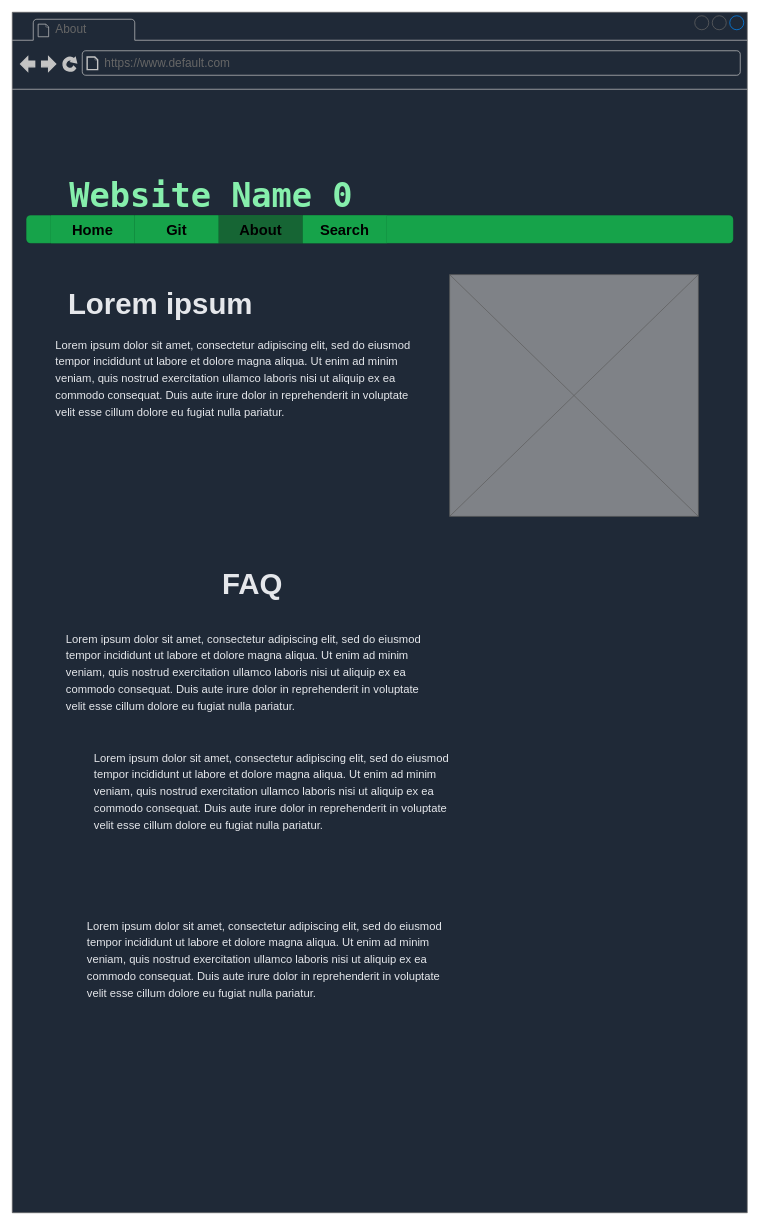
Before: page "About" (4 of 4) of docs/diagrams/mockup.drawio in Kvan7/congenial-octo-disco, a draw.io diagram. Source tidied: cells renumbered, new cells numbered last; positions are measured from the earlier drawing's top-left corner, leaving out a move shared by most shapes. Both pictures are drawn from the tidied source at 70%, with x=0, y=0 at pixel (12, 12).
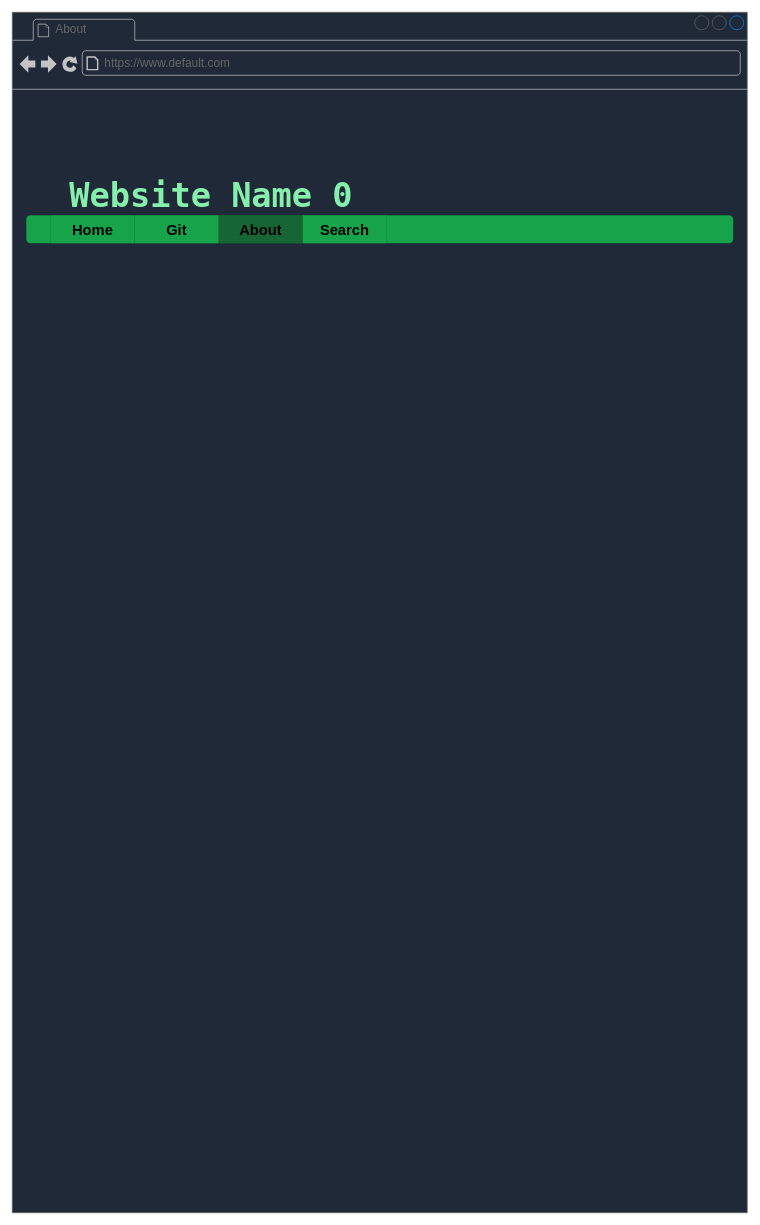
The same diagram, later.

The edit, as a diff of the source:
```diff
@@
 <mxGraphModel>
   <root>
     <mxCell id="0" />
     <mxCell id="1" parent="0" />
     <mxCell id="2" style="strokeWidth=1;shadow=0;dashed=0;align=center;html=1;shape=mxgraph.mockup.containers.browserWindow;rSize=0;strokeColor=#666666;mainText=,;rounded=0;labelBackgroundColor=none;fontFamily=Verdana;fontSize=12;fillColor=#1f2937;" parent="1" vertex="1">
       <mxGeometry width="1050" height="1715" as="geometry" />
     </mxCell>
     <mxCell id="3" value="About" style="strokeWidth=1;shadow=0;dashed=0;align=center;html=1;shape=mxgraph.mockup.containers.anchor;fontSize=17;fontColor=#666666;align=left;" parent="2" vertex="1">
       <mxGeometry x="60" y="12" width="110" height="26" as="geometry" />
     </mxCell>
     <mxCell id="4" value="https://www.default.com" style="strokeWidth=1;shadow=0;dashed=0;align=center;html=1;shape=mxgraph.mockup.containers.anchor;rSize=0;fontSize=17;fontColor=#666666;align=left;" parent="2" vertex="1">
       <mxGeometry x="130" y="60" width="250" height="26" as="geometry" />
     </mxCell>
     <mxCell id="5" value="&lt;b&gt;Website Name 0&lt;/b&gt;" style="text;html=1;align=left;verticalAlign=top;spacingTop=-4;fontSize=48;fontFamily=Lucida Console;fontColor=#86efac;" parent="2" vertex="1">
       <mxGeometry x="80" y="230" width="440" height="60" as="geometry" />
     </mxCell>
     <mxCell id="6" style="group;" parent="2" vertex="1">
       <mxGeometry x="20" y="290" width="1010" height="40" as="geometry" />
     </mxCell>
     <mxCell id="7" style="rounded=1;whiteSpace=wrap;html=1;labelBackgroundColor=none;fillStyle=solid;fontSize=21;strokeColor=default;strokeWidth=0;fillColor=#16a34a;" parent="6" vertex="1">
       <mxGeometry width="1010" height="40" as="geometry" />
     </mxCell>
     <mxCell id="8" value="Home" style="rounded=0;whiteSpace=wrap;html=1;labelBackgroundColor=none;fillStyle=solid;fontSize=21;strokeColor=default;strokeWidth=0;fillColor=#16a34a;fontColor=#000000;fontStyle=1;" parent="6" vertex="1">
       <mxGeometry x="35" width="120" height="40" as="geometry" />
     </mxCell>
     <mxCell id="9" value="Git" style="rounded=0;whiteSpace=wrap;html=1;labelBackgroundColor=none;fillStyle=solid;fontSize=21;strokeColor=default;strokeWidth=0;fillColor=#16a34a;fontColor=#000000;fontStyle=1;" parent="6" vertex="1">
       <mxGeometry x="155" width="120" height="40" as="geometry" />
     </mxCell>
     <mxCell id="10" value="About" style="rounded=0;whiteSpace=wrap;html=1;labelBackgroundColor=none;fillStyle=solid;fontSize=21;strokeColor=default;strokeWidth=0;fillColor=#166534;fontColor=#000000;fontStyle=1;" parent="6" vertex="1">
       <mxGeometry x="275" width="120" height="40" as="geometry" />
     </mxCell>
     <mxCell id="11" value="Search" style="rounded=0;whiteSpace=wrap;html=1;labelBackgroundColor=none;fillStyle=solid;fontSize=21;strokeColor=default;strokeWidth=0;fillColor=#16a34a;fontColor=#000000;fontStyle=1;" parent="6" vertex="1">
       <mxGeometry x="395" width="120" height="40" as="geometry" />
     </mxCell>
-    <mxCell id="12" style="verticalLabelPosition=bottom;shadow=0;dashed=0;align=center;html=1;verticalAlign=top;strokeWidth=1;shape=mxgraph.mockup.graphics.simpleIcon;strokeColor=#5E5E5E;rounded=0;labelBackgroundColor=none;fillStyle=solid;fontSize=21;fontColor=#000000;fillColor=#7F8287;" parent="2" vertex="1">
-      <mxGeometry x="625" y="375" width="355" height="345" as="geometry" />
-    </mxCell>
-    <mxCell id="13" value="&lt;h1&gt;Lorem ipsum&lt;/h1&gt;" style="text;html=1;strokeColor=none;fillColor=none;spacing=5;spacingTop=-20;whiteSpace=wrap;overflow=hidden;rounded=0;labelBackgroundColor=none;fillStyle=solid;fontSize=21;fontColor=#e5e7eb;" parent="2" vertex="1">
-      <mxGeometry x="75" y="375" width="385" height="80" as="geometry" />
-    </mxCell>
-    <mxCell id="14" value="&lt;span style=&quot;color: rgb(229, 231, 235); font-size: 16px;&quot;&gt;Lorem ipsum dolor sit amet, consectetur adipiscing elit, sed do eiusmod&lt;/span&gt;&lt;br style=&quot;color: rgb(229, 231, 235); font-size: 16px;&quot;&gt;&lt;span style=&quot;color: rgb(229, 231, 235); font-size: 16px;&quot;&gt;tempor incididunt ut labore et dolore magna aliqua. Ut enim ad minim&lt;/span&gt;&lt;br style=&quot;color: rgb(229, 231, 235); font-size: 16px;&quot;&gt;&lt;span style=&quot;color: rgb(229, 231, 235); font-size: 16px;&quot;&gt;veniam, quis nostrud exercitation ullamco laboris nisi ut aliquip ex ea&lt;/span&gt;&lt;br style=&quot;color: rgb(229, 231, 235); font-size: 16px;&quot;&gt;&lt;span style=&quot;color: rgb(229, 231, 235); font-size: 16px;&quot;&gt;commodo consequat. Duis aute irure dolor in reprehenderit in voluptate&lt;/span&gt;&lt;br style=&quot;color: rgb(229, 231, 235); font-size: 16px;&quot;&gt;&lt;div style=&quot;&quot;&gt;&lt;span style=&quot;color: rgb(229, 231, 235); font-size: 16px; background-color: initial;&quot;&gt;velit esse cillum dolore eu fugiat nulla pariatur.&amp;nbsp;&lt;/span&gt;&lt;/div&gt;" style="text;html=1;strokeColor=none;fillColor=none;align=left;verticalAlign=top;whiteSpace=wrap;rounded=0;fontSize=20;" parent="2" vertex="1">
-      <mxGeometry x="60" y="455" width="535" height="145" as="geometry" />
-    </mxCell>
-    <mxCell id="15" value="&lt;h1&gt;FAQ&lt;/h1&gt;" style="text;html=1;strokeColor=none;fillColor=none;spacing=5;spacingTop=-20;whiteSpace=wrap;overflow=hidden;rounded=0;labelBackgroundColor=none;fillStyle=solid;fontSize=21;fontColor=#e5e7eb;" parent="2" vertex="1">
-      <mxGeometry x="295" y="775" width="385" height="80" as="geometry" />
-    </mxCell>
-    <mxCell id="16" value="&lt;span style=&quot;color: rgb(229, 231, 235); font-size: 16px;&quot;&gt;Lorem ipsum dolor sit amet, consectetur adipiscing elit, sed do eiusmod&lt;/span&gt;&lt;br style=&quot;color: rgb(229, 231, 235); font-size: 16px;&quot;&gt;&lt;span style=&quot;color: rgb(229, 231, 235); font-size: 16px;&quot;&gt;tempor incididunt ut labore et dolore magna aliqua. Ut enim ad minim&lt;/span&gt;&lt;br style=&quot;color: rgb(229, 231, 235); font-size: 16px;&quot;&gt;&lt;span style=&quot;color: rgb(229, 231, 235); font-size: 16px;&quot;&gt;veniam, quis nostrud exercitation ullamco laboris nisi ut aliquip ex ea&lt;/span&gt;&lt;br style=&quot;color: rgb(229, 231, 235); font-size: 16px;&quot;&gt;&lt;span style=&quot;color: rgb(229, 231, 235); font-size: 16px;&quot;&gt;commodo consequat. Duis aute irure dolor in reprehenderit in voluptate&lt;/span&gt;&lt;br style=&quot;color: rgb(229, 231, 235); font-size: 16px;&quot;&gt;&lt;div style=&quot;&quot;&gt;&lt;span style=&quot;color: rgb(229, 231, 235); font-size: 16px; background-color: initial;&quot;&gt;velit esse cillum dolore eu fugiat nulla pariatur.&amp;nbsp;&lt;/span&gt;&lt;/div&gt;" style="text;html=1;strokeColor=none;fillColor=none;align=left;verticalAlign=top;whiteSpace=wrap;rounded=0;fontSize=20;" parent="2" vertex="1">
-      <mxGeometry x="75" y="875" width="575" height="152.5" as="geometry" />
-    </mxCell>
-    <mxCell id="17" value="&lt;span style=&quot;color: rgb(229, 231, 235); font-size: 16px;&quot;&gt;Lorem ipsum dolor sit amet, consectetur adipiscing elit, sed do eiusmod&lt;/span&gt;&lt;br style=&quot;color: rgb(229, 231, 235); font-size: 16px;&quot;&gt;&lt;span style=&quot;color: rgb(229, 231, 235); font-size: 16px;&quot;&gt;tempor incididunt ut labore et dolore magna aliqua. Ut enim ad minim&lt;/span&gt;&lt;br style=&quot;color: rgb(229, 231, 235); font-size: 16px;&quot;&gt;&lt;span style=&quot;color: rgb(229, 231, 235); font-size: 16px;&quot;&gt;veniam, quis nostrud exercitation ullamco laboris nisi ut aliquip ex ea&lt;/span&gt;&lt;br style=&quot;color: rgb(229, 231, 235); font-size: 16px;&quot;&gt;&lt;span style=&quot;color: rgb(229, 231, 235); font-size: 16px;&quot;&gt;commodo consequat. Duis aute irure dolor in reprehenderit in voluptate&lt;/span&gt;&lt;br style=&quot;color: rgb(229, 231, 235); font-size: 16px;&quot;&gt;&lt;div style=&quot;&quot;&gt;&lt;span style=&quot;color: rgb(229, 231, 235); font-size: 16px; background-color: initial;&quot;&gt;velit esse cillum dolore eu fugiat nulla pariatur.&amp;nbsp;&lt;/span&gt;&lt;/div&gt;" style="text;html=1;strokeColor=none;fillColor=none;align=left;verticalAlign=top;whiteSpace=wrap;rounded=0;fontSize=20;" parent="2" vertex="1">
-      <mxGeometry x="115" y="1045" width="575" height="152.5" as="geometry" />
-    </mxCell>
-    <mxCell id="18" value="&lt;span style=&quot;color: rgb(229, 231, 235); font-size: 16px;&quot;&gt;Lorem ipsum dolor sit amet, consectetur adipiscing elit, sed do eiusmod&lt;/span&gt;&lt;br style=&quot;color: rgb(229, 231, 235); font-size: 16px;&quot;&gt;&lt;span style=&quot;color: rgb(229, 231, 235); font-size: 16px;&quot;&gt;tempor incididunt ut labore et dolore magna aliqua. Ut enim ad minim&lt;/span&gt;&lt;br style=&quot;color: rgb(229, 231, 235); font-size: 16px;&quot;&gt;&lt;span style=&quot;color: rgb(229, 231, 235); font-size: 16px;&quot;&gt;veniam, quis nostrud exercitation ullamco laboris nisi ut aliquip ex ea&lt;/span&gt;&lt;br style=&quot;color: rgb(229, 231, 235); font-size: 16px;&quot;&gt;&lt;span style=&quot;color: rgb(229, 231, 235); font-size: 16px;&quot;&gt;commodo consequat. Duis aute irure dolor in reprehenderit in voluptate&lt;/span&gt;&lt;br style=&quot;color: rgb(229, 231, 235); font-size: 16px;&quot;&gt;&lt;div style=&quot;&quot;&gt;&lt;span style=&quot;color: rgb(229, 231, 235); font-size: 16px; background-color: initial;&quot;&gt;velit esse cillum dolore eu fugiat nulla pariatur.&amp;nbsp;&lt;/span&gt;&lt;/div&gt;" style="text;html=1;strokeColor=none;fillColor=none;align=left;verticalAlign=top;whiteSpace=wrap;rounded=0;fontSize=20;" parent="2" vertex="1">
-      <mxGeometry x="105" y="1285" width="575" height="152.5" as="geometry" />
-    </mxCell>
   </root>
 </mxGraphModel>
```
